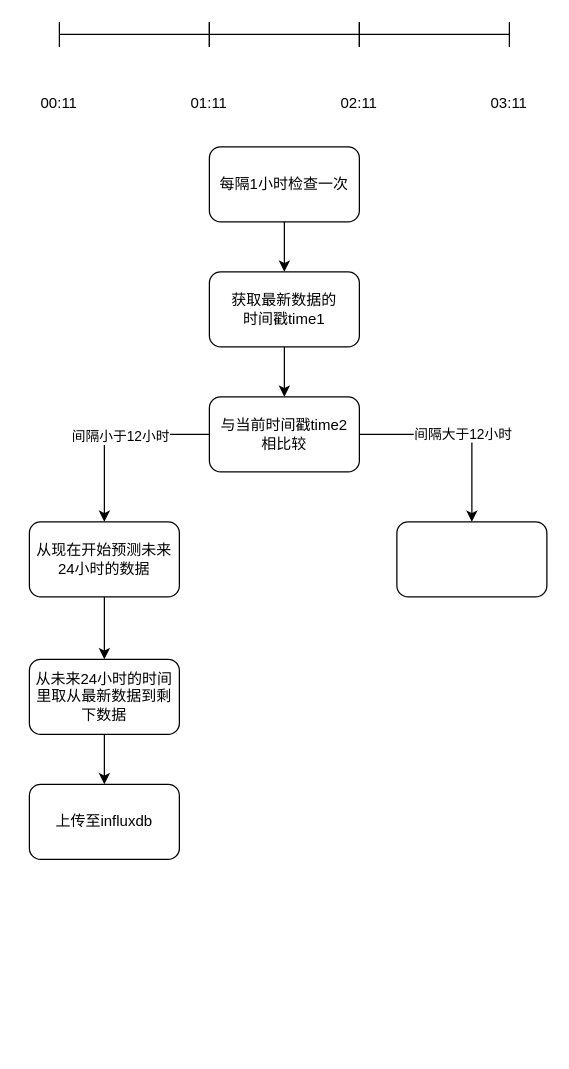
Above: timedCheck.drawio in wupei-w/diagrams (draw.io), before the change. Source tidied: cells renumbered, new cells numbered last; positions are measured from the earlier drawing's top-left corner, leaving out a move shared by most shapes. Both pictures are drawn from the tidied source at 125%, with x=0, y=0 at pixel (21, 21).
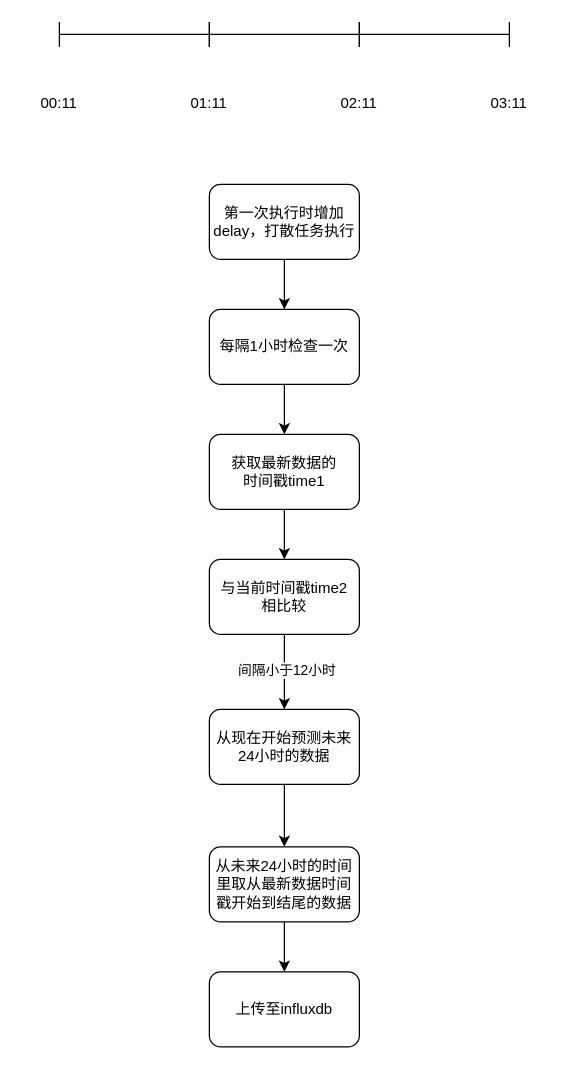
Above is the later version.

What changed in the source:
```diff
@@
     <mxCell id="10" value="每隔1小时检查一次" style="rounded=1;whiteSpace=wrap;html=1;" parent="1" vertex="1">
-      <mxGeometry x="150" y="100" width="120" height="60" as="geometry" />
+      <mxGeometry x="150" y="230" width="120" height="60" as="geometry" />
     </mxCell>
@@
     <mxCell id="12" value="获取最新数据的&lt;br&gt;时间戳time1" style="whiteSpace=wrap;html=1;rounded=1;" parent="1" vertex="1">
-      <mxGeometry x="150" y="200" width="120" height="60" as="geometry" />
+      <mxGeometry x="150" y="330" width="120" height="60" as="geometry" />
     </mxCell>
@@
-    <mxCell id="15" style="edgeStyle=orthogonalEdgeStyle;rounded=0;jettySize=auto;html=1;" parent="1" edge="1" source="17" target="20">
-      <mxGeometry relative="1" as="geometry" />
-    </mxCell>
-    <mxCell id="16" value="间隔大于12小时" style="edgeLabel;html=1;align=center;verticalAlign=middle;" parent="15" vertex="1">
-      <mxGeometry x="0.02" y="1" relative="1" as="geometry" />
-    </mxCell>
     <mxCell id="17" value="与当前时间戳time2&lt;br&gt;相比较" style="whiteSpace=wrap;html=1;rounded=1;" parent="1" vertex="1">
-      <mxGeometry x="150" y="300" width="120" height="60" as="geometry" />
+      <mxGeometry x="150" y="430" width="120" height="60" as="geometry" />
     </mxCell>
@@
     <mxCell id="19" value="从现在开始预测未来24小时的数据" style="whiteSpace=wrap;html=1;rounded=1;" parent="1" vertex="1">
-      <mxGeometry x="6" y="400" width="120" height="60" as="geometry" />
+      <mxGeometry x="150" y="550" width="120" height="60" as="geometry" />
     </mxCell>
-    <mxCell id="20" style="whiteSpace=wrap;html=1;rounded=1;" parent="1" vertex="1">
-      <mxGeometry x="300" y="400" width="120" height="60" as="geometry" />
-    </mxCell>
-    <mxCell id="21" style="edgeStyle=orthogonalEdgeStyle;rounded=0;jettySize=auto;html=1;" parent="1" edge="1" source="22" target="23">
-      <mxGeometry relative="1" as="geometry" />
+    <mxCell id="21" style="edgeStyle=orthogonalEdgeStyle;rounded=0;jettySize=auto;html=1;" parent="1" edge="1" source="22">
+      <mxGeometry relative="1" as="geometry">
+        <mxPoint x="210" y="760" as="targetPoint" />
+      </mxGeometry>
     </mxCell>
-    <mxCell id="22" value="从未来24小时的时间里取从最新数据到剩下数据" style="whiteSpace=wrap;html=1;rounded=1;" parent="1" vertex="1">
-      <mxGeometry x="6" y="510" width="120" height="60" as="geometry" />
+    <mxCell id="22" value="从未来24小时的时间里取从最新数据时间戳开始到结尾的数据" style="whiteSpace=wrap;html=1;rounded=1;" parent="1" vertex="1">
+      <mxGeometry x="150" y="660" width="120" height="60" as="geometry" />
     </mxCell>
     <mxCell id="23" value="上传至influxdb" style="whiteSpace=wrap;html=1;rounded=1;" parent="1" vertex="1">
-      <mxGeometry x="6" y="610" width="120" height="60" as="geometry" />
+      <mxGeometry x="150" y="760" width="120" height="60" as="geometry" />
     </mxCell>
+    <mxCell id="24" style="edgeStyle=orthogonalEdgeStyle;rounded=0;jettySize=auto;html=1;" parent="1" edge="1" source="25" target="10">
+      <mxGeometry relative="1" as="geometry" />
+    </mxCell>
+    <mxCell id="25" value="第一次执行时增加delay，打散任务执行" style="rounded=1;whiteSpace=wrap;html=1;" parent="1" vertex="1">
+      <mxGeometry x="150" y="130" width="120" height="60" as="geometry" />
+    </mxCell>
```
